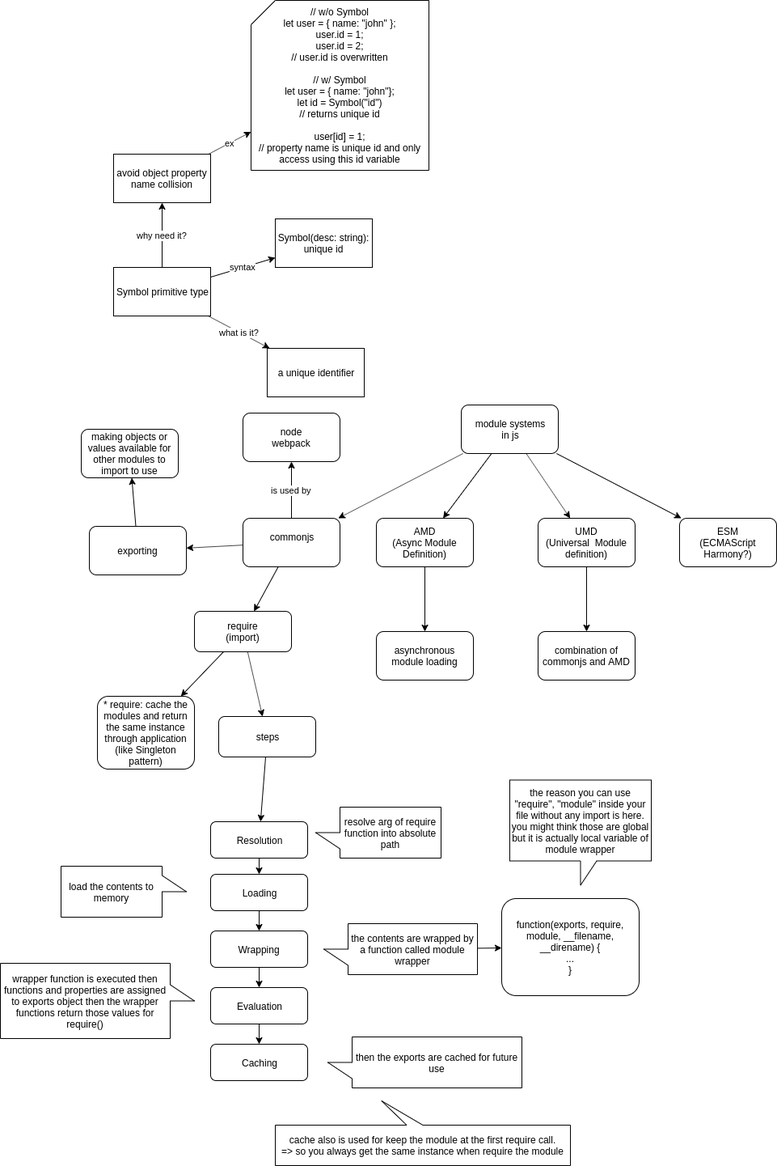
Above: commonjs.png in stsiwo/js_concept (draw.io), before the change. Source tidied: cells renumbered, new cells last; positions are measured from the earlier drawing's top-left corner, leaving out a move shared by most shapes.
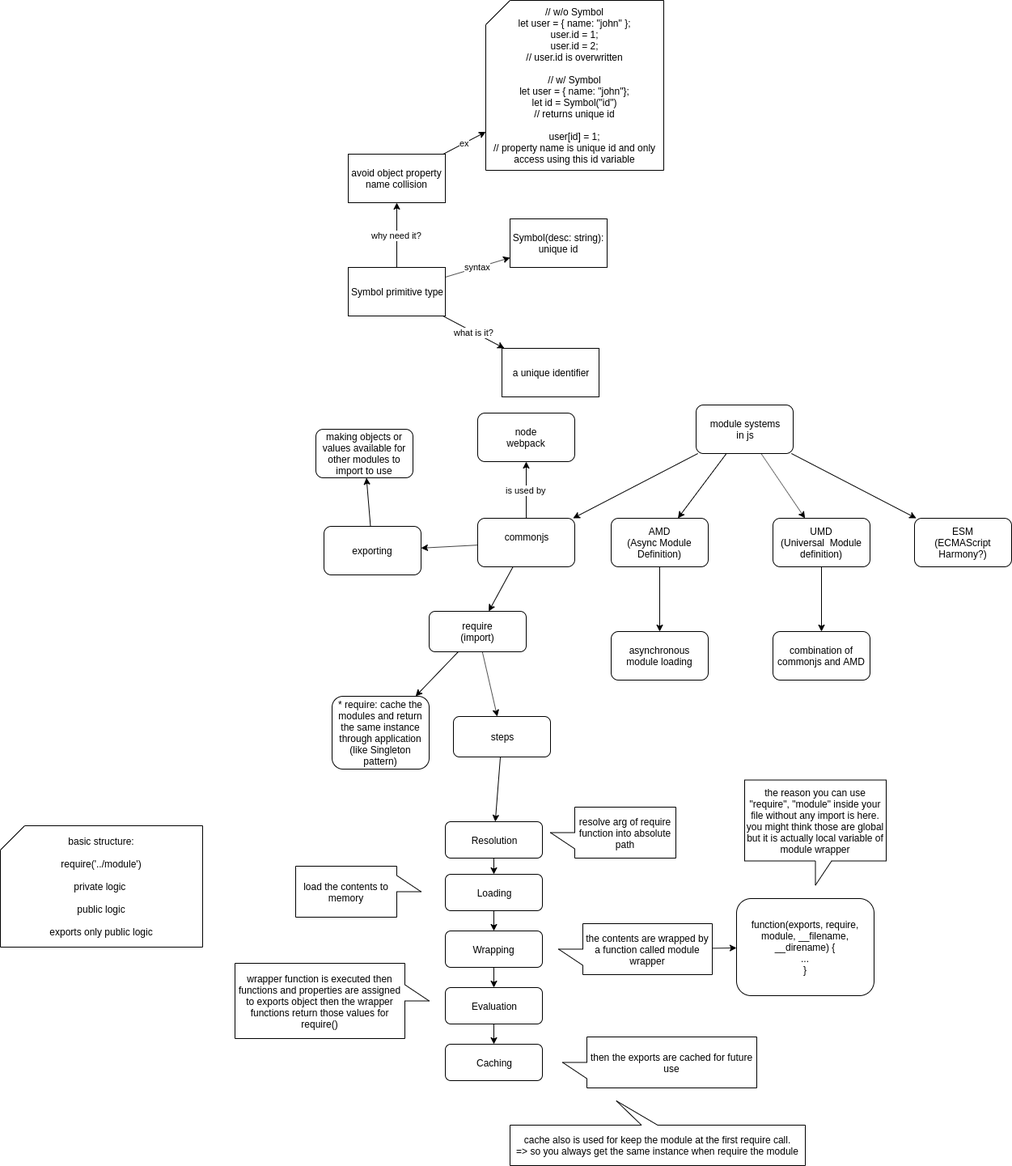
After the change.

The edit, as a diff of the source:
```diff
@@ -161,5 +161,8 @@
     <mxCell id="54" value="cache also is used for keep the module at the first require call.&lt;br&gt;=&amp;gt; so you always get the same instance when require the module" style="shape=callout;whiteSpace=wrap;html=1;perimeter=calloutPerimeter;direction=west;position2=0.64;" parent="1" vertex="1">
       <mxGeometry x="340" y="1360" width="365" height="80" as="geometry" />
     </mxCell>
+    <mxCell id="55" value="basic structure:&lt;br&gt;&lt;br&gt;require('../module')&lt;br&gt;&lt;br&gt;private logic&amp;nbsp;&lt;br&gt;&lt;br&gt;public logic&lt;br&gt;&lt;br&gt;exports only public logic" style="shape=card;whiteSpace=wrap;html=1;" parent="1" vertex="1">
+      <mxGeometry x="-290" y="1020" width="250" height="150" as="geometry" />
+    </mxCell>
   </root>
 </mxGraphModel>
```
